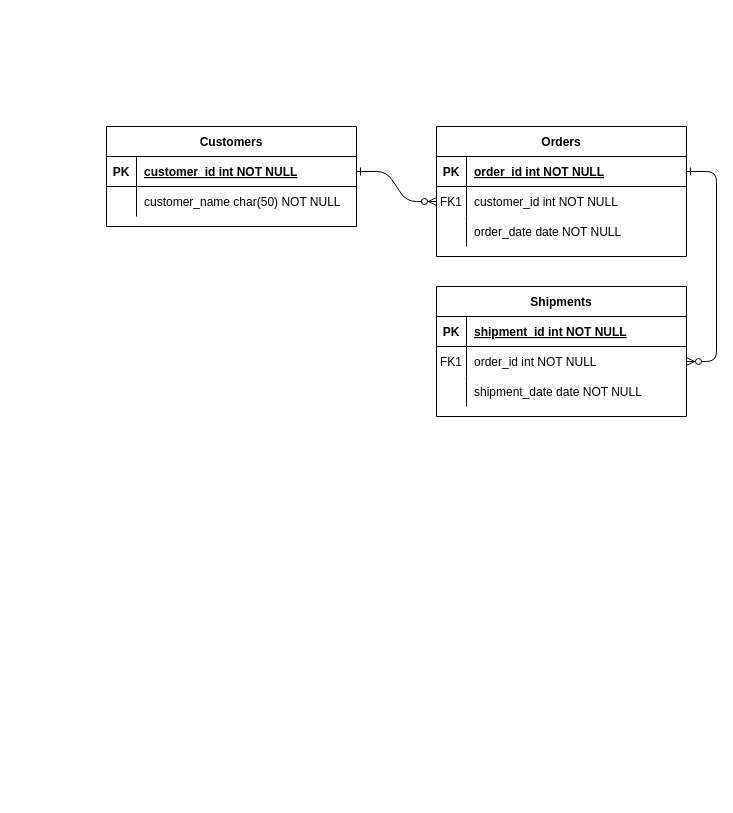
The draw.io diagram cesta-basica-io.drawio in peacevan/diagramas, before the edit. Source tidied: cells renumbered, new cells numbered last; positions are measured from the earlier drawing's top-left corner, leaving out a move shared by most shapes. Both pictures are drawn from the tidied source at 100%, with x=0, y=0 at pixel (106, 126).
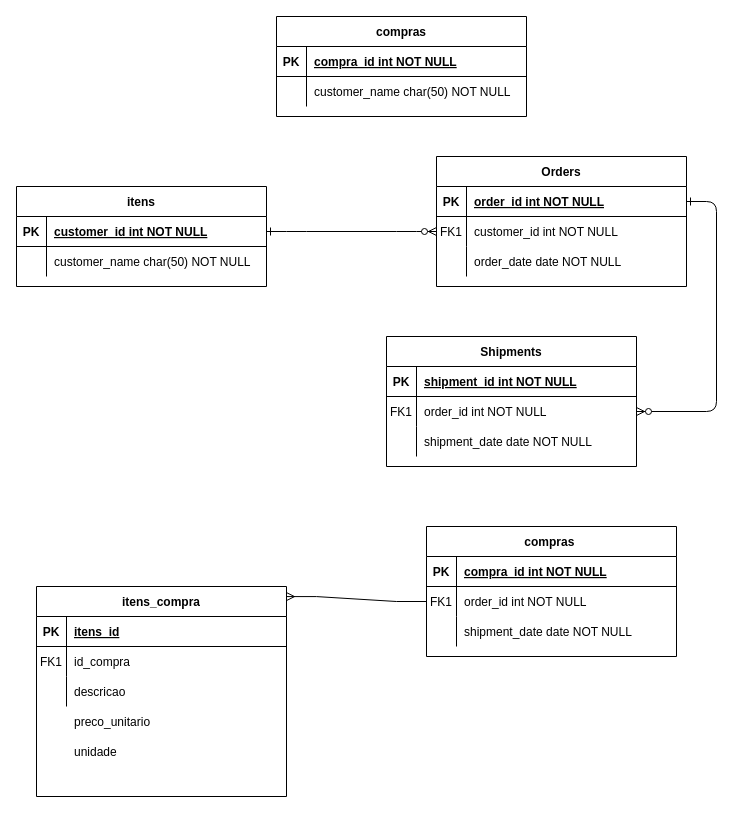
Above is the later version.

What changed in the source:
```diff
@@
     <mxCell id="4" value="Orders" style="shape=table;startSize=30;childLayout=tableLayout;rowLines=0;fontStyle=1;align=center;" parent="1" vertex="1">
-      <mxGeometry x="330" width="250" height="130" as="geometry" />
+      <mxGeometry x="330" y="30" width="250" height="130" as="geometry" />
     </mxCell>
@@
     <mxCell id="14" value="Shipments" style="shape=table;startSize=30;childLayout=tableLayout;rowLines=0;fontStyle=1;align=center;" parent="1" vertex="1">
-      <mxGeometry x="330" y="160" width="250" height="130" as="geometry" />
+      <mxGeometry x="280" y="210" width="250" height="130" as="geometry" />
     </mxCell>
@@
-    <mxCell id="24" value="Customers" style="shape=table;startSize=30;childLayout=tableLayout;rowLines=0;fontStyle=1;align=center;" parent="1" vertex="1">
-      <mxGeometry width="250" height="100" as="geometry" />
+    <mxCell id="24" value="itens" style="shape=table;startSize=30;childLayout=tableLayout;rowLines=0;fontStyle=1;align=center;" parent="1" vertex="1">
+      <mxGeometry x="-90" y="60" width="250" height="100" as="geometry" />
     </mxCell>
@@
+    <mxCell id="31" value="compras" style="shape=table;startSize=30;childLayout=tableLayout;rowLines=0;fontStyle=1;align=center;" parent="1" vertex="1">
+      <mxGeometry x="170" y="-110" width="250" height="100" as="geometry" />
+    </mxCell>
+    <mxCell id="32" style="shape=partialRectangle;fillColor=none;top=0;left=0;right=0;bottom=1;" parent="31" vertex="1">
+      <mxGeometry y="30" width="250" height="30" as="geometry" />
+    </mxCell>
+    <mxCell id="33" value="PK" style="shape=partialRectangle;overflow=hidden;fillColor=none;top=0;left=0;bottom=0;right=0;fontStyle=1;" parent="32" vertex="1">
+      <mxGeometry width="30" height="30" as="geometry" />
+    </mxCell>
+    <mxCell id="34" value="compra_id int NOT NULL " style="shape=partialRectangle;overflow=hidden;fillColor=none;top=0;left=0;bottom=0;right=0;align=left;spacingLeft=6;fontStyle=5;" parent="32" vertex="1">
+      <mxGeometry x="30" width="220" height="30" as="geometry" />
+    </mxCell>
+    <mxCell id="35" style="shape=partialRectangle;fillColor=none;top=0;left=0;right=0;bottom=0;" parent="31" vertex="1">
+      <mxGeometry y="60" width="250" height="30" as="geometry" />
+    </mxCell>
+    <mxCell id="36" style="shape=partialRectangle;overflow=hidden;fillColor=none;top=0;left=0;bottom=0;right=0;" parent="35" vertex="1">
+      <mxGeometry width="30" height="30" as="geometry" />
+    </mxCell>
+    <mxCell id="37" value="customer_name char(50) NOT NULL" style="shape=partialRectangle;overflow=hidden;fillColor=none;top=0;left=0;bottom=0;right=0;align=left;spacingLeft=6;" parent="35" vertex="1">
+      <mxGeometry x="30" width="220" height="30" as="geometry" />
+    </mxCell>
+    <mxCell id="38" value="itens_compra" style="shape=table;startSize=30;childLayout=tableLayout;rowLines=0;fontStyle=1;align=center;" parent="1" vertex="1">
+      <mxGeometry x="-70" y="460" width="250" height="210" as="geometry" />
+    </mxCell>
+    <mxCell id="39" style="shape=partialRectangle;fillColor=none;top=0;left=0;right=0;bottom=1;" parent="38" vertex="1">
+      <mxGeometry y="30" width="250" height="30" as="geometry" />
+    </mxCell>
+    <mxCell id="40" value="PK" style="shape=partialRectangle;overflow=hidden;fillColor=none;top=0;left=0;bottom=0;right=0;fontStyle=1;" parent="39" vertex="1">
+      <mxGeometry width="30" height="30" as="geometry" />
+    </mxCell>
+    <mxCell id="41" value="itens_id" style="shape=partialRectangle;overflow=hidden;fillColor=none;top=0;left=0;bottom=0;right=0;align=left;spacingLeft=6;fontStyle=5;" parent="39" vertex="1">
+      <mxGeometry x="30" width="220" height="30" as="geometry" />
+    </mxCell>
+    <mxCell id="42" style="shape=partialRectangle;fillColor=none;top=0;left=0;right=0;bottom=0;" parent="38" vertex="1">
+      <mxGeometry y="60" width="250" height="30" as="geometry" />
+    </mxCell>
+    <mxCell id="43" value="FK1" style="shape=partialRectangle;overflow=hidden;fillColor=none;top=0;left=0;bottom=0;right=0;" parent="42" vertex="1">
+      <mxGeometry width="30" height="30" as="geometry" />
+    </mxCell>
+    <mxCell id="44" value="id_compra" style="shape=partialRectangle;overflow=hidden;fillColor=none;top=0;left=0;bottom=0;right=0;align=left;spacingLeft=6;" parent="42" vertex="1">
+      <mxGeometry x="30" width="220" height="30" as="geometry" />
+    </mxCell>
+    <mxCell id="45" style="shape=partialRectangle;fillColor=none;top=0;left=0;right=0;bottom=0;" parent="38" vertex="1">
+      <mxGeometry y="90" width="250" height="30" as="geometry" />
+    </mxCell>
+    <mxCell id="46" style="shape=partialRectangle;overflow=hidden;fillColor=none;top=0;left=0;bottom=0;right=0;" parent="45" vertex="1">
+      <mxGeometry width="30" height="30" as="geometry" />
+    </mxCell>
+    <mxCell id="47" value="descricao" style="shape=partialRectangle;overflow=hidden;fillColor=none;top=0;left=0;bottom=0;right=0;align=left;spacingLeft=6;" parent="45" vertex="1">
+      <mxGeometry x="30" width="220" height="30" as="geometry" />
+    </mxCell>
+    <mxCell id="48" value="compras " style="shape=table;startSize=30;childLayout=tableLayout;rowLines=0;fontStyle=1;align=center;" parent="1" vertex="1">
+      <mxGeometry x="320" y="400" width="250" height="130" as="geometry" />
+    </mxCell>
+    <mxCell id="49" style="shape=partialRectangle;fillColor=none;top=0;left=0;right=0;bottom=1;" parent="48" vertex="1">
+      <mxGeometry y="30" width="250" height="30" as="geometry" />
+    </mxCell>
+    <mxCell id="50" value="PK" style="shape=partialRectangle;overflow=hidden;fillColor=none;top=0;left=0;bottom=0;right=0;fontStyle=1;" parent="49" vertex="1">
+      <mxGeometry width="30" height="30" as="geometry" />
+    </mxCell>
+    <mxCell id="51" value="compra_id int NOT NULL " style="shape=partialRectangle;overflow=hidden;fillColor=none;top=0;left=0;bottom=0;right=0;align=left;spacingLeft=6;fontStyle=5;" parent="49" vertex="1">
+      <mxGeometry x="30" width="220" height="30" as="geometry" />
+    </mxCell>
+    <mxCell id="52" style="shape=partialRectangle;fillColor=none;points=[[0,0.5],[1,0.5]];portConstraint=eastwest;top=0;left=0;right=0;bottom=0;" parent="48" vertex="1">
+      <mxGeometry y="60" width="250" height="30" as="geometry" />
+    </mxCell>
+    <mxCell id="53" value="FK1" style="shape=partialRectangle;overflow=hidden;fillColor=none;top=0;left=0;bottom=0;right=0;" parent="52" vertex="1">
+      <mxGeometry width="30" height="30" as="geometry" />
+    </mxCell>
+    <mxCell id="54" value="order_id int NOT NULL" style="shape=partialRectangle;overflow=hidden;fillColor=none;top=0;left=0;bottom=0;right=0;align=left;spacingLeft=6;" parent="52" vertex="1">
+      <mxGeometry x="30" width="220" height="30" as="geometry" />
+    </mxCell>
+    <mxCell id="55" style="shape=partialRectangle;fillColor=none;top=0;left=0;right=0;bottom=0;" parent="48" vertex="1">
+      <mxGeometry y="90" width="250" height="30" as="geometry" />
+    </mxCell>
+    <mxCell id="56" style="shape=partialRectangle;overflow=hidden;fillColor=none;top=0;left=0;bottom=0;right=0;" parent="55" vertex="1">
+      <mxGeometry width="30" height="30" as="geometry" />
+    </mxCell>
+    <mxCell id="57" value="shipment_date date NOT NULL" style="shape=partialRectangle;overflow=hidden;fillColor=none;top=0;left=0;bottom=0;right=0;align=left;spacingLeft=6;" parent="55" vertex="1">
+      <mxGeometry x="30" width="220" height="30" as="geometry" />
+    </mxCell>
+    <mxCell id="58" value="preco_unitario" style="shape=partialRectangle;overflow=hidden;fillColor=none;top=0;left=0;bottom=0;right=0;align=left;spacingLeft=6;" parent="1" vertex="1">
+      <mxGeometry x="-40" y="580" width="220" height="30" as="geometry" />
+    </mxCell>
+    <mxCell id="59" value="unidade" style="shape=partialRectangle;overflow=hidden;fillColor=none;top=0;left=0;bottom=0;right=0;align=left;spacingLeft=6;" parent="1" vertex="1">
+      <mxGeometry x="-40" y="610" width="220" height="30" as="geometry" />
+    </mxCell>
+    <mxCell id="60" style="edgeStyle=entityRelationEdgeStyle;fontSize=12;html=1;endArrow=ERmany;rounded=0;exitX=0;exitY=0.5;exitDx=0;exitDy=0;entryX=1;entryY=0.048;entryDx=0;entryDy=0;entryPerimeter=0;" parent="1" edge="1" source="52" target="38">
+      <mxGeometry relative="1" as="geometry" />
+    </mxCell>
```
